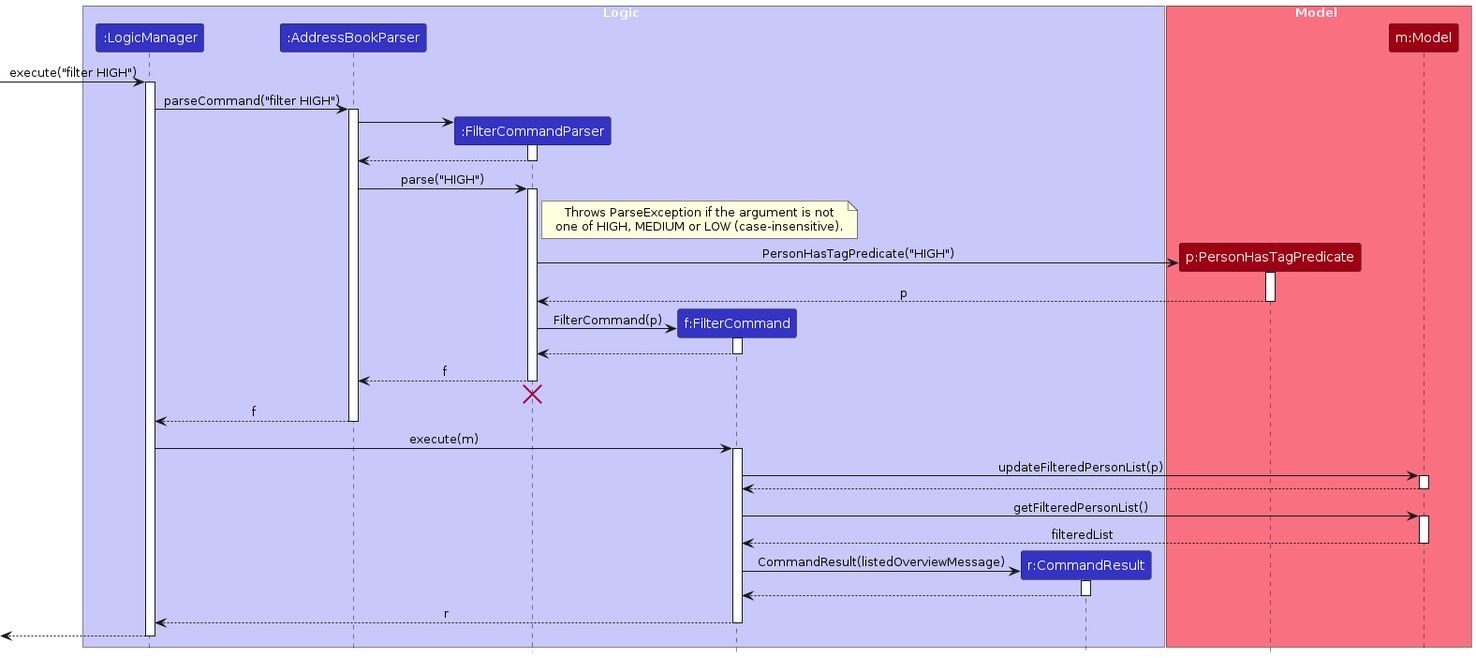
Before: diagrams/FilterSequenceDiagram.png, a diagram exported from PlantUML (AY2627S1-CS2103T-T08-1/tp). Its source is kept beside it as diagrams/FilterSequenceDiagram.puml. Its diagram source:
```plantuml
@startuml
!include style.puml
skinparam ArrowFontStyle plain

box Logic LOGIC_COLOR_T1
participant ":LogicManager" as LogicManager LOGIC_COLOR
participant ":AddressBookParser" as AddressBookParser LOGIC_COLOR
participant ":FilterCommandParser" as FilterCommandParser LOGIC_COLOR
participant "f:FilterCommand" as FilterCommand LOGIC_COLOR
participant "r:CommandResult" as CommandResult LOGIC_COLOR
end box

box Model MODEL_COLOR_T1
participant "p:PersonHasTagPredicate" as PersonHasTagPredicate MODEL_COLOR
participant "m:Model" as Model MODEL_COLOR
end box

[-> LogicManager : execute("filter HIGH")
activate LogicManager

LogicManager -> AddressBookParser : parseCommand("filter HIGH")
activate AddressBookParser

create FilterCommandParser
AddressBookParser -> FilterCommandParser
activate FilterCommandParser

FilterCommandParser --> AddressBookParser
deactivate FilterCommandParser

AddressBookParser -> FilterCommandParser : parse("HIGH")
activate FilterCommandParser

note right of FilterCommandParser
  Throws ParseException if the argument is not
  one of HIGH, MEDIUM or LOW (case-insensitive).
end note

create PersonHasTagPredicate
FilterCommandParser -> PersonHasTagPredicate : PersonHasTagPredicate("HIGH")
activate PersonHasTagPredicate

PersonHasTagPredicate --> FilterCommandParser : p
deactivate PersonHasTagPredicate

create FilterCommand
FilterCommandParser -> FilterCommand : FilterCommand(p)
activate FilterCommand

FilterCommand --> FilterCommandParser
deactivate FilterCommand

FilterCommandParser --> AddressBookParser : f
deactivate FilterCommandParser
FilterCommandParser -[hidden]-> AddressBookParser
destroy FilterCommandParser

AddressBookParser --> LogicManager : f
deactivate AddressBookParser

LogicManager -> FilterCommand : execute(m)
activate FilterCommand

FilterCommand -> Model : updateFilteredPersonList(p)
activate Model

Model --> FilterCommand
deactivate Model

FilterCommand -> Model : getFilteredPersonList()
activate Model

Model --> FilterCommand : filteredList
deactivate Model

create CommandResult
FilterCommand -> CommandResult : CommandResult(listedOverviewMessage)
activate CommandResult

CommandResult --> FilterCommand
deactivate CommandResult

FilterCommand --> LogicManager : r
deactivate FilterCommand

[<--LogicManager
deactivate LogicManager
@enduml
```
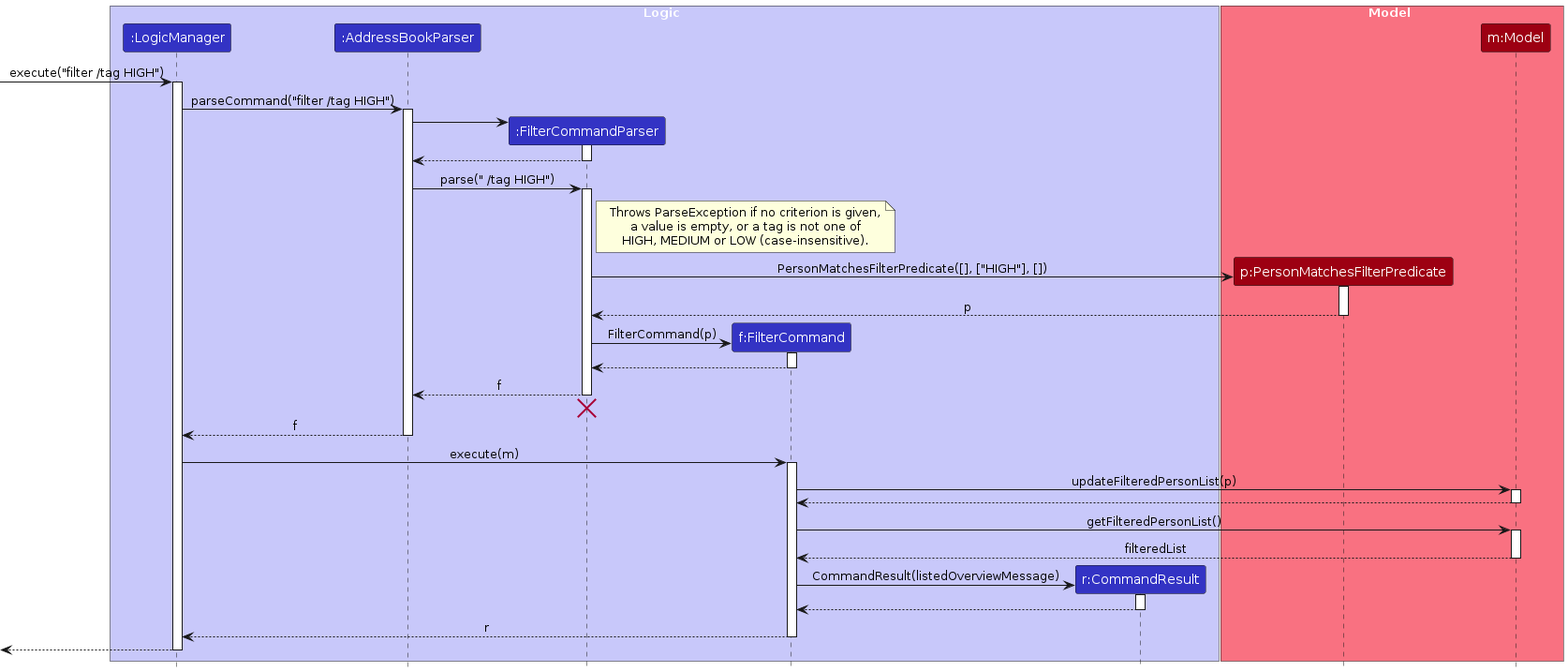
After the commit.

What changed in the source:
```diff
@@ -11,14 +11,14 @@
 end box
 
 box Model MODEL_COLOR_T1
-participant "p:PersonHasTagPredicate" as PersonHasTagPredicate MODEL_COLOR
+participant "p:PersonMatchesFilterPredicate" as PersonMatchesFilterPredicate MODEL_COLOR
 participant "m:Model" as Model MODEL_COLOR
 end box
 
-[-> LogicManager : execute("filter HIGH")
+[-> LogicManager : execute("filter /tag HIGH")
 activate LogicManager
 
-LogicManager -> AddressBookParser : parseCommand("filter HIGH")
+LogicManager -> AddressBookParser : parseCommand("filter /tag HIGH")
 activate AddressBookParser
 
 create FilterCommandParser
@@ -28,20 +28,21 @@
 FilterCommandParser --> AddressBookParser
 deactivate FilterCommandParser
 
-AddressBookParser -> FilterCommandParser : parse("HIGH")
+AddressBookParser -> FilterCommandParser : parse(" /tag HIGH")
 activate FilterCommandParser
 
 note right of FilterCommandParser
-  Throws ParseException if the argument is not
-  one of HIGH, MEDIUM or LOW (case-insensitive).
+  Throws ParseException if no criterion is given,
+  a value is empty, or a tag is not one of
+  HIGH, MEDIUM or LOW (case-insensitive).
 end note
 
-create PersonHasTagPredicate
-FilterCommandParser -> PersonHasTagPredicate : PersonHasTagPredicate("HIGH")
-activate PersonHasTagPredicate
+create PersonMatchesFilterPredicate
+FilterCommandParser -> PersonMatchesFilterPredicate : PersonMatchesFilterPredicate([], ["HIGH"], [])
+activate PersonMatchesFilterPredicate
 
-PersonHasTagPredicate --> FilterCommandParser : p
-deactivate PersonHasTagPredicate
+PersonMatchesFilterPredicate --> FilterCommandParser : p
+deactivate PersonMatchesFilterPredicate
 
 create FilterCommand
 FilterCommandParser -> FilterCommand : FilterCommand(p)
```
